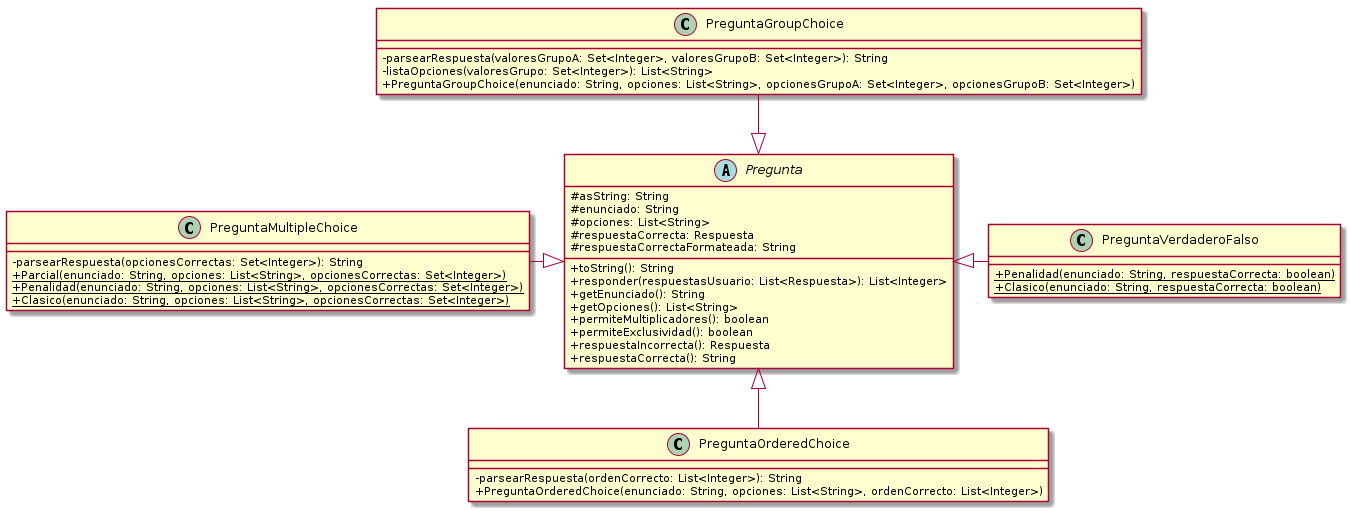
Before: Documentacion/out/Diagramas de Clases/Diagrama de Clases Preguntas/Diagrama de Clases Preguntas.png, a diagram exported from PlantUML (gcc-cdimatteo/Algoritmos-y-Programacion-III-75.07).
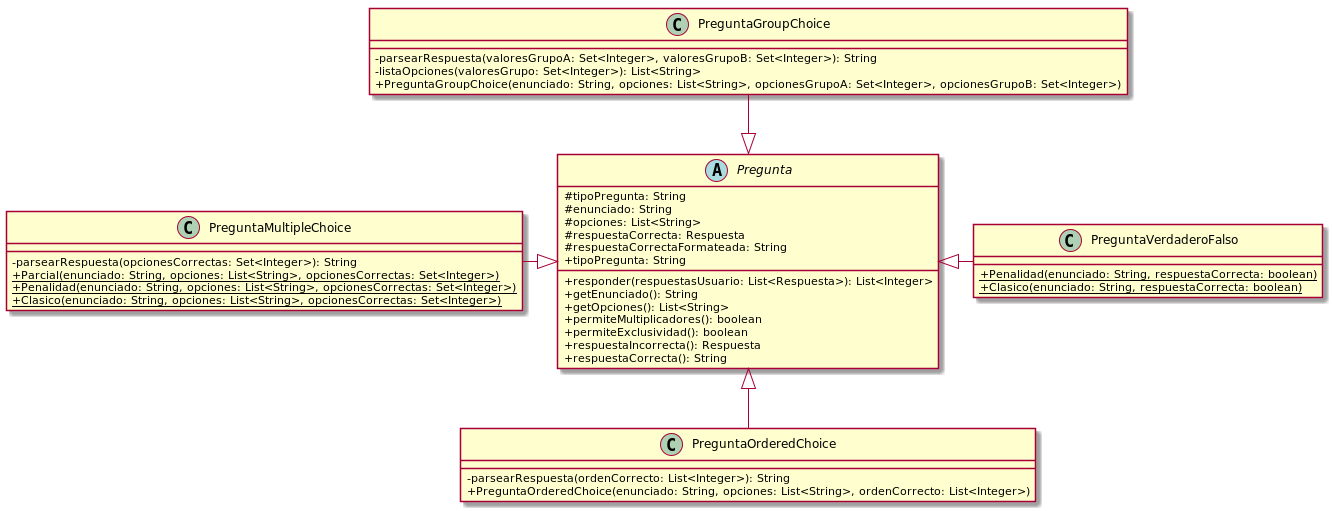
Later version of the same file.

Commit message:
Actualizacion Diagramas de Clases Preguntas

Diff of the diagram source:
```diff
@@ -2,13 +2,13 @@
 skinparam classAttributeIconSize 0
 
 abstract class Pregunta {
-    # asString: String
+    # tipoPregunta: String
     # enunciado: String
     # opciones: List<String>
     # respuestaCorrecta: Respuesta
     # respuestaCorrectaFormateada: String
-    + toString(): String
     + responder(respuestasUsuario: List<Respuesta>): List<Integer>
+    + tipoPregunta: String
     + getEnunciado(): String
     + getOpciones(): List<String>
     + permiteMultiplicadores(): boolean
```
